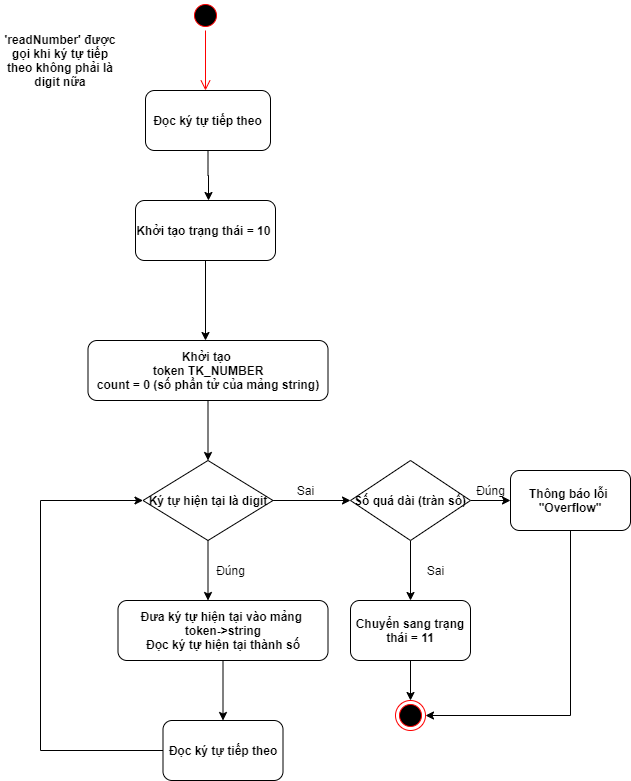
Before: block_diagrams/readNumber.png, a diagram exported from draw.io (CoderandGymnast/KPL-scanner). Source tidied: cells renumbered, new cells last; positions are measured from the earlier drawing's top-left corner, leaving out a move shared by most shapes.
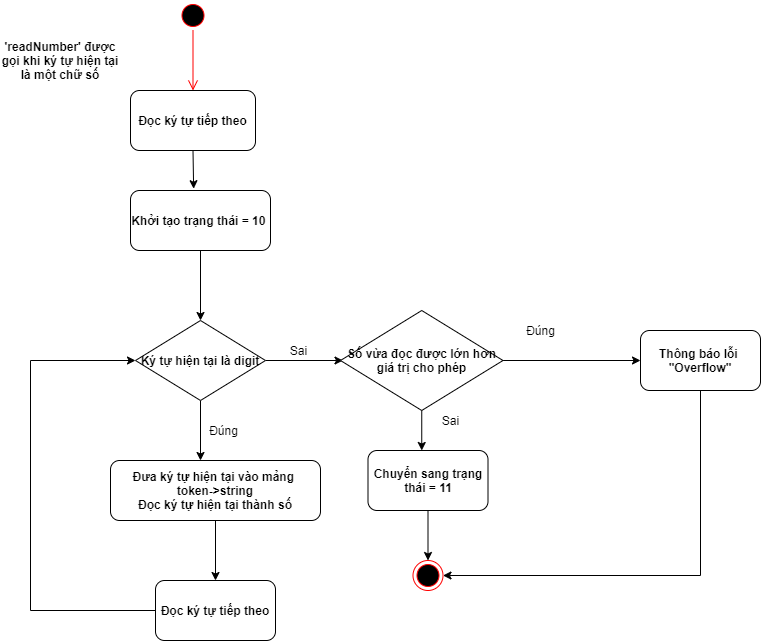
After the change.

Commit message:
update readNumber diagram

Diff of the diagram source:
```diff
@@ -2,110 +2,96 @@
   <root>
     <mxCell id="0" />
     <mxCell id="1" parent="0" />
-    <mxCell id="2" style="ellipse;html=1;shape=startState;fillColor=#000000;strokeColor=#ff0000;" parent="1" vertex="1">
-      <mxGeometry x="190" width="30" height="30" as="geometry" />
-    </mxCell>
-    <mxCell id="3" style="edgeStyle=orthogonalEdgeStyle;html=1;verticalAlign=bottom;endArrow=open;endSize=8;strokeColor=#ff0000;" parent="1" edge="1" source="2">
-      <mxGeometry relative="1" as="geometry">
-        <mxPoint x="205" y="90" as="targetPoint" />
-      </mxGeometry>
-    </mxCell>
-    <mxCell id="4" style="edgeStyle=orthogonalEdgeStyle;rounded=0;jettySize=auto;html=1;exitX=0.5;exitY=1;exitDx=0;exitDy=0;" parent="1" edge="1" source="5">
-      <mxGeometry relative="1" as="geometry">
-        <mxPoint x="208" y="200" as="targetPoint" />
-      </mxGeometry>
-    </mxCell>
+    <mxCell id="30" style="edgeStyle=orthogonalEdgeStyle;rounded=0;jettySize=auto;html=1;exitX=0.5;exitY=1;exitDx=0;exitDy=0;entryX=0.451;entryY=-0.03;entryDx=0;entryDy=0;entryPerimeter=0;" parent="1" edge="1" source="5" target="7">
+      <mxGeometry relative="1" as="geometry" />
+    </mxCell>
     <mxCell id="5" value="&lt;b&gt;Đọc ký tự tiếp theo&lt;/b&gt;" style="rounded=1;whiteSpace=wrap;html=1;" parent="1" vertex="1">
-      <mxGeometry x="145" y="90" width="125" height="60" as="geometry" />
+      <mxGeometry x="130" y="90" width="125" height="60" as="geometry" />
     </mxCell>
-    <mxCell id="6" style="edgeStyle=orthogonalEdgeStyle;rounded=0;jettySize=auto;html=1;exitX=0.5;exitY=1;exitDx=0;exitDy=0;" parent="1" edge="1" source="7">
-      <mxGeometry relative="1" as="geometry">
-        <mxPoint x="205" y="340" as="targetPoint" />
-      </mxGeometry>
-    </mxCell>
+    <mxCell id="31" style="edgeStyle=orthogonalEdgeStyle;rounded=0;jettySize=auto;html=1;exitX=0.5;exitY=1;exitDx=0;exitDy=0;entryX=0.5;entryY=0;entryDx=0;entryDy=0;" parent="1" edge="1" source="7" target="13">
+      <mxGeometry relative="1" as="geometry" />
+    </mxCell>
     <mxCell id="7" value="&lt;b&gt;Khởi tạo trạng thái = 10&amp;nbsp;&lt;/b&gt;" style="rounded=1;whiteSpace=wrap;html=1;" parent="1" vertex="1">
-      <mxGeometry x="135" y="200" width="140" height="60" as="geometry" />
+      <mxGeometry x="130" y="190" width="140" height="60" as="geometry" />
     </mxCell>
-    <mxCell id="8" value="&lt;b&gt;'readNumber' được gọi khi ký tự tiếp theo không phải là digit nữa&lt;/b&gt;" style="text;html=1;strokeColor=none;fillColor=none;align=center;verticalAlign=middle;whiteSpace=wrap;rounded=0;" parent="1" vertex="1">
+    <mxCell id="8" value="&lt;b&gt;'readNumber' được gọi khi ký tự hiện tại là một chữ số&lt;/b&gt;" style="text;html=1;strokeColor=none;fillColor=none;align=center;verticalAlign=middle;whiteSpace=wrap;rounded=0;" parent="1" vertex="1">
       <mxGeometry y="50" width="120" height="20" as="geometry" />
     </mxCell>
-    <mxCell id="9" style="edgeStyle=orthogonalEdgeStyle;rounded=0;jettySize=auto;html=1;exitX=0.5;exitY=1;exitDx=0;exitDy=0;" parent="1" edge="1" source="10">
-      <mxGeometry relative="1" as="geometry">
-        <mxPoint x="207.5" y="460" as="targetPoint" />
-      </mxGeometry>
-    </mxCell>
-    <mxCell id="10" value="&lt;b&gt;Khởi tạo &lt;br&gt;token TK_NUMBER&lt;br&gt;count = 0 (số phần tử của mảng string)&lt;/b&gt;" style="rounded=1;whiteSpace=wrap;html=1;" parent="1" vertex="1">
-      <mxGeometry x="87.5" y="340" width="240" height="60" as="geometry" />
-    </mxCell>
     <mxCell id="11" style="edgeStyle=orthogonalEdgeStyle;rounded=0;jettySize=auto;html=1;exitX=0.5;exitY=1;exitDx=0;exitDy=0;" parent="1" edge="1" source="13">
       <mxGeometry relative="1" as="geometry">
-        <mxPoint x="207.5" y="600" as="targetPoint" />
+        <mxPoint x="200" y="460" as="targetPoint" />
       </mxGeometry>
     </mxCell>
     <mxCell id="12" style="edgeStyle=orthogonalEdgeStyle;rounded=0;jettySize=auto;html=1;exitX=1;exitY=0.5;exitDx=0;exitDy=0;" parent="1" edge="1" source="13">
       <mxGeometry relative="1" as="geometry">
-        <mxPoint x="350" y="500" as="targetPoint" />
+        <mxPoint x="342.5" y="360" as="targetPoint" />
       </mxGeometry>
     </mxCell>
     <mxCell id="13" value="&lt;b&gt;Ký tự hiện tại là digit&lt;/b&gt;" style="rhombus;whiteSpace=wrap;html=1;" parent="1" vertex="1">
-      <mxGeometry x="142.5" y="460" width="130" height="80" as="geometry" />
+      <mxGeometry x="135" y="320" width="130" height="80" as="geometry" />
     </mxCell>
     <mxCell id="14" value="Đúng" style="text;html=1;align=center;verticalAlign=middle;" parent="1" vertex="1">
-      <mxGeometry x="210" y="560" width="40" height="20" as="geometry" />
+      <mxGeometry x="202.5" y="420" width="40" height="20" as="geometry" />
     </mxCell>
     <mxCell id="15" value="Sai" style="text;html=1;align=center;verticalAlign=middle;" parent="1" vertex="1">
-      <mxGeometry x="290" y="480" width="30" height="20" as="geometry" />
+      <mxGeometry x="282.5" y="340" width="30" height="20" as="geometry" />
     </mxCell>
     <mxCell id="16" style="edgeStyle=orthogonalEdgeStyle;rounded=0;jettySize=auto;html=1;exitX=0.5;exitY=1;exitDx=0;exitDy=0;" parent="1" edge="1" source="17" target="19">
       <mxGeometry relative="1" as="geometry" />
     </mxCell>
     <mxCell id="17" value="&lt;b&gt;Đưa ký tự hiện tại vào mảng &lt;br&gt;token-&amp;gt;string&lt;br&gt;Đọc ký tự hiện tại thành số&lt;/b&gt;" style="rounded=1;whiteSpace=wrap;html=1;" parent="1" vertex="1">
-      <mxGeometry x="117.5" y="600" width="210" height="60" as="geometry" />
+      <mxGeometry x="110" y="460" width="210" height="60" as="geometry" />
     </mxCell>
     <mxCell id="18" style="edgeStyle=orthogonalEdgeStyle;rounded=0;jettySize=auto;html=1;exitX=0;exitY=0.5;exitDx=0;exitDy=0;entryX=0;entryY=0.5;entryDx=0;entryDy=0;" parent="1" edge="1" source="19" target="13">
       <mxGeometry relative="1" as="geometry">
         <Array as="points">
-          <mxPoint x="40" y="750" />
-          <mxPoint x="40" y="500" />
+          <mxPoint x="30" y="610" />
+          <mxPoint x="30" y="360" />
         </Array>
       </mxGeometry>
     </mxCell>
     <mxCell id="19" value="&lt;b&gt;Đọc ký tự tiếp theo&lt;/b&gt;" style="rounded=1;whiteSpace=wrap;html=1;" parent="1" vertex="1">
-      <mxGeometry x="162.5" y="720" width="120" height="60" as="geometry" />
+      <mxGeometry x="155" y="580" width="120" height="60" as="geometry" />
     </mxCell>
-    <mxCell id="20" style="edgeStyle=orthogonalEdgeStyle;rounded=0;jettySize=auto;html=1;exitX=1;exitY=0.5;exitDx=0;exitDy=0;" parent="1" edge="1" source="22" target="24">
+    <mxCell id="20" style="edgeStyle=orthogonalEdgeStyle;rounded=0;jettySize=auto;html=1;exitX=1;exitY=0.5;exitDx=0;exitDy=0;entryX=0;entryY=0.5;entryDx=0;entryDy=0;" parent="1" edge="1" source="22" target="24">
       <mxGeometry relative="1" as="geometry" />
     </mxCell>
-    <mxCell id="21" style="edgeStyle=orthogonalEdgeStyle;rounded=0;jettySize=auto;html=1;exitX=0.5;exitY=1;exitDx=0;exitDy=0;" parent="1" edge="1" source="22">
-      <mxGeometry relative="1" as="geometry">
-        <mxPoint x="410" y="600" as="targetPoint" />
-      </mxGeometry>
-    </mxCell>
+    <mxCell id="32" style="edgeStyle=orthogonalEdgeStyle;rounded=0;jettySize=auto;html=1;exitX=0.5;exitY=1;exitDx=0;exitDy=0;" parent="1" edge="1" source="22">
+      <mxGeometry relative="1" as="geometry">
+        <mxPoint x="421.2" y="450" as="targetPoint" />
+      </mxGeometry>
+    </mxCell>
-    <mxCell id="22" value="&lt;b&gt;Số quá dài (tràn số)&lt;/b&gt;" style="rhombus;whiteSpace=wrap;html=1;" parent="1" vertex="1">
-      <mxGeometry x="350" y="460" width="120" height="80" as="geometry" />
+    <mxCell id="22" value="&lt;b&gt;Số vừa đọc được lớn hơn giá trị cho phép&lt;/b&gt;" style="rhombus;whiteSpace=wrap;html=1;" parent="1" vertex="1">
+      <mxGeometry x="340" y="310" width="162.5" height="100" as="geometry" />
     </mxCell>
     <mxCell id="23" style="edgeStyle=orthogonalEdgeStyle;rounded=0;jettySize=auto;html=1;exitX=0.5;exitY=1;exitDx=0;exitDy=0;entryX=1;entryY=0.5;entryDx=0;entryDy=0;" parent="1" edge="1" source="24" target="29">
       <mxGeometry relative="1" as="geometry" />
     </mxCell>
     <mxCell id="24" value="&lt;b&gt;Thông báo lỗi&amp;nbsp;&lt;br&gt;&quot;Overflow&quot;&lt;/b&gt;" style="rounded=1;whiteSpace=wrap;html=1;" parent="1" vertex="1">
-      <mxGeometry x="510" y="470" width="120" height="60" as="geometry" />
+      <mxGeometry x="640" y="330" width="120" height="60" as="geometry" />
     </mxCell>
-    <mxCell id="25" style="edgeStyle=orthogonalEdgeStyle;rounded=0;jettySize=auto;html=1;exitX=0.5;exitY=1;exitDx=0;exitDy=0;" parent="1" edge="1" source="26">
-      <mxGeometry relative="1" as="geometry">
-        <mxPoint x="410" y="700" as="targetPoint" />
-      </mxGeometry>
-    </mxCell>
+    <mxCell id="33" style="edgeStyle=orthogonalEdgeStyle;rounded=0;jettySize=auto;html=1;exitX=0.5;exitY=1;exitDx=0;exitDy=0;entryX=0.5;entryY=0;entryDx=0;entryDy=0;" parent="1" edge="1" source="26" target="29">
+      <mxGeometry relative="1" as="geometry" />
+    </mxCell>
     <mxCell id="26" value="&lt;b&gt;Chuyển sang trạng thái = 11&lt;/b&gt;" style="rounded=1;whiteSpace=wrap;html=1;" parent="1" vertex="1">
-      <mxGeometry x="350" y="600" width="120" height="60" as="geometry" />
+      <mxGeometry x="367.5" y="450" width="120" height="60" as="geometry" />
     </mxCell>
+    <mxCell id="29" style="ellipse;html=1;shape=endState;fillColor=#000000;strokeColor=#ff0000;" parent="1" vertex="1">
+      <mxGeometry x="412.5" y="560" width="30" height="30" as="geometry" />
+    </mxCell>
+    <mxCell id="34" style="ellipse;html=1;shape=startState;fillColor=#000000;strokeColor=#ff0000;" parent="1" vertex="1">
+      <mxGeometry x="177.5" width="30" height="30" as="geometry" />
+    </mxCell>
+    <mxCell id="35" style="edgeStyle=orthogonalEdgeStyle;html=1;verticalAlign=bottom;endArrow=open;endSize=8;strokeColor=#ff0000;" parent="1" edge="1" source="34">
+      <mxGeometry relative="1" as="geometry">
+        <mxPoint x="192.5" y="90" as="targetPoint" />
+      </mxGeometry>
+    </mxCell>
     <mxCell id="27" value="Đúng" style="text;html=1;align=center;verticalAlign=middle;" parent="1" vertex="1">
-      <mxGeometry x="470" y="480" width="40" height="20" as="geometry" />
+      <mxGeometry x="520" y="320" width="40" height="20" as="geometry" />
     </mxCell>
-    <mxCell id="28" value="Sai" style="text;html=1;align=center;verticalAlign=middle;" parent="1" vertex="1">
-      <mxGeometry x="420" y="560" width="30" height="20" as="geometry" />
+    <mxCell id="28" value="Sai&lt;br&gt;" style="text;html=1;align=center;verticalAlign=middle;" parent="1" vertex="1">
+      <mxGeometry x="435" y="410" width="30" height="20" as="geometry" />
     </mxCell>
-    <mxCell id="29" style="ellipse;html=1;shape=endState;fillColor=#000000;strokeColor=#ff0000;" parent="1" vertex="1">
-      <mxGeometry x="395" y="700" width="30" height="30" as="geometry" />
-    </mxCell>
   </root>
 </mxGraphModel>
```
